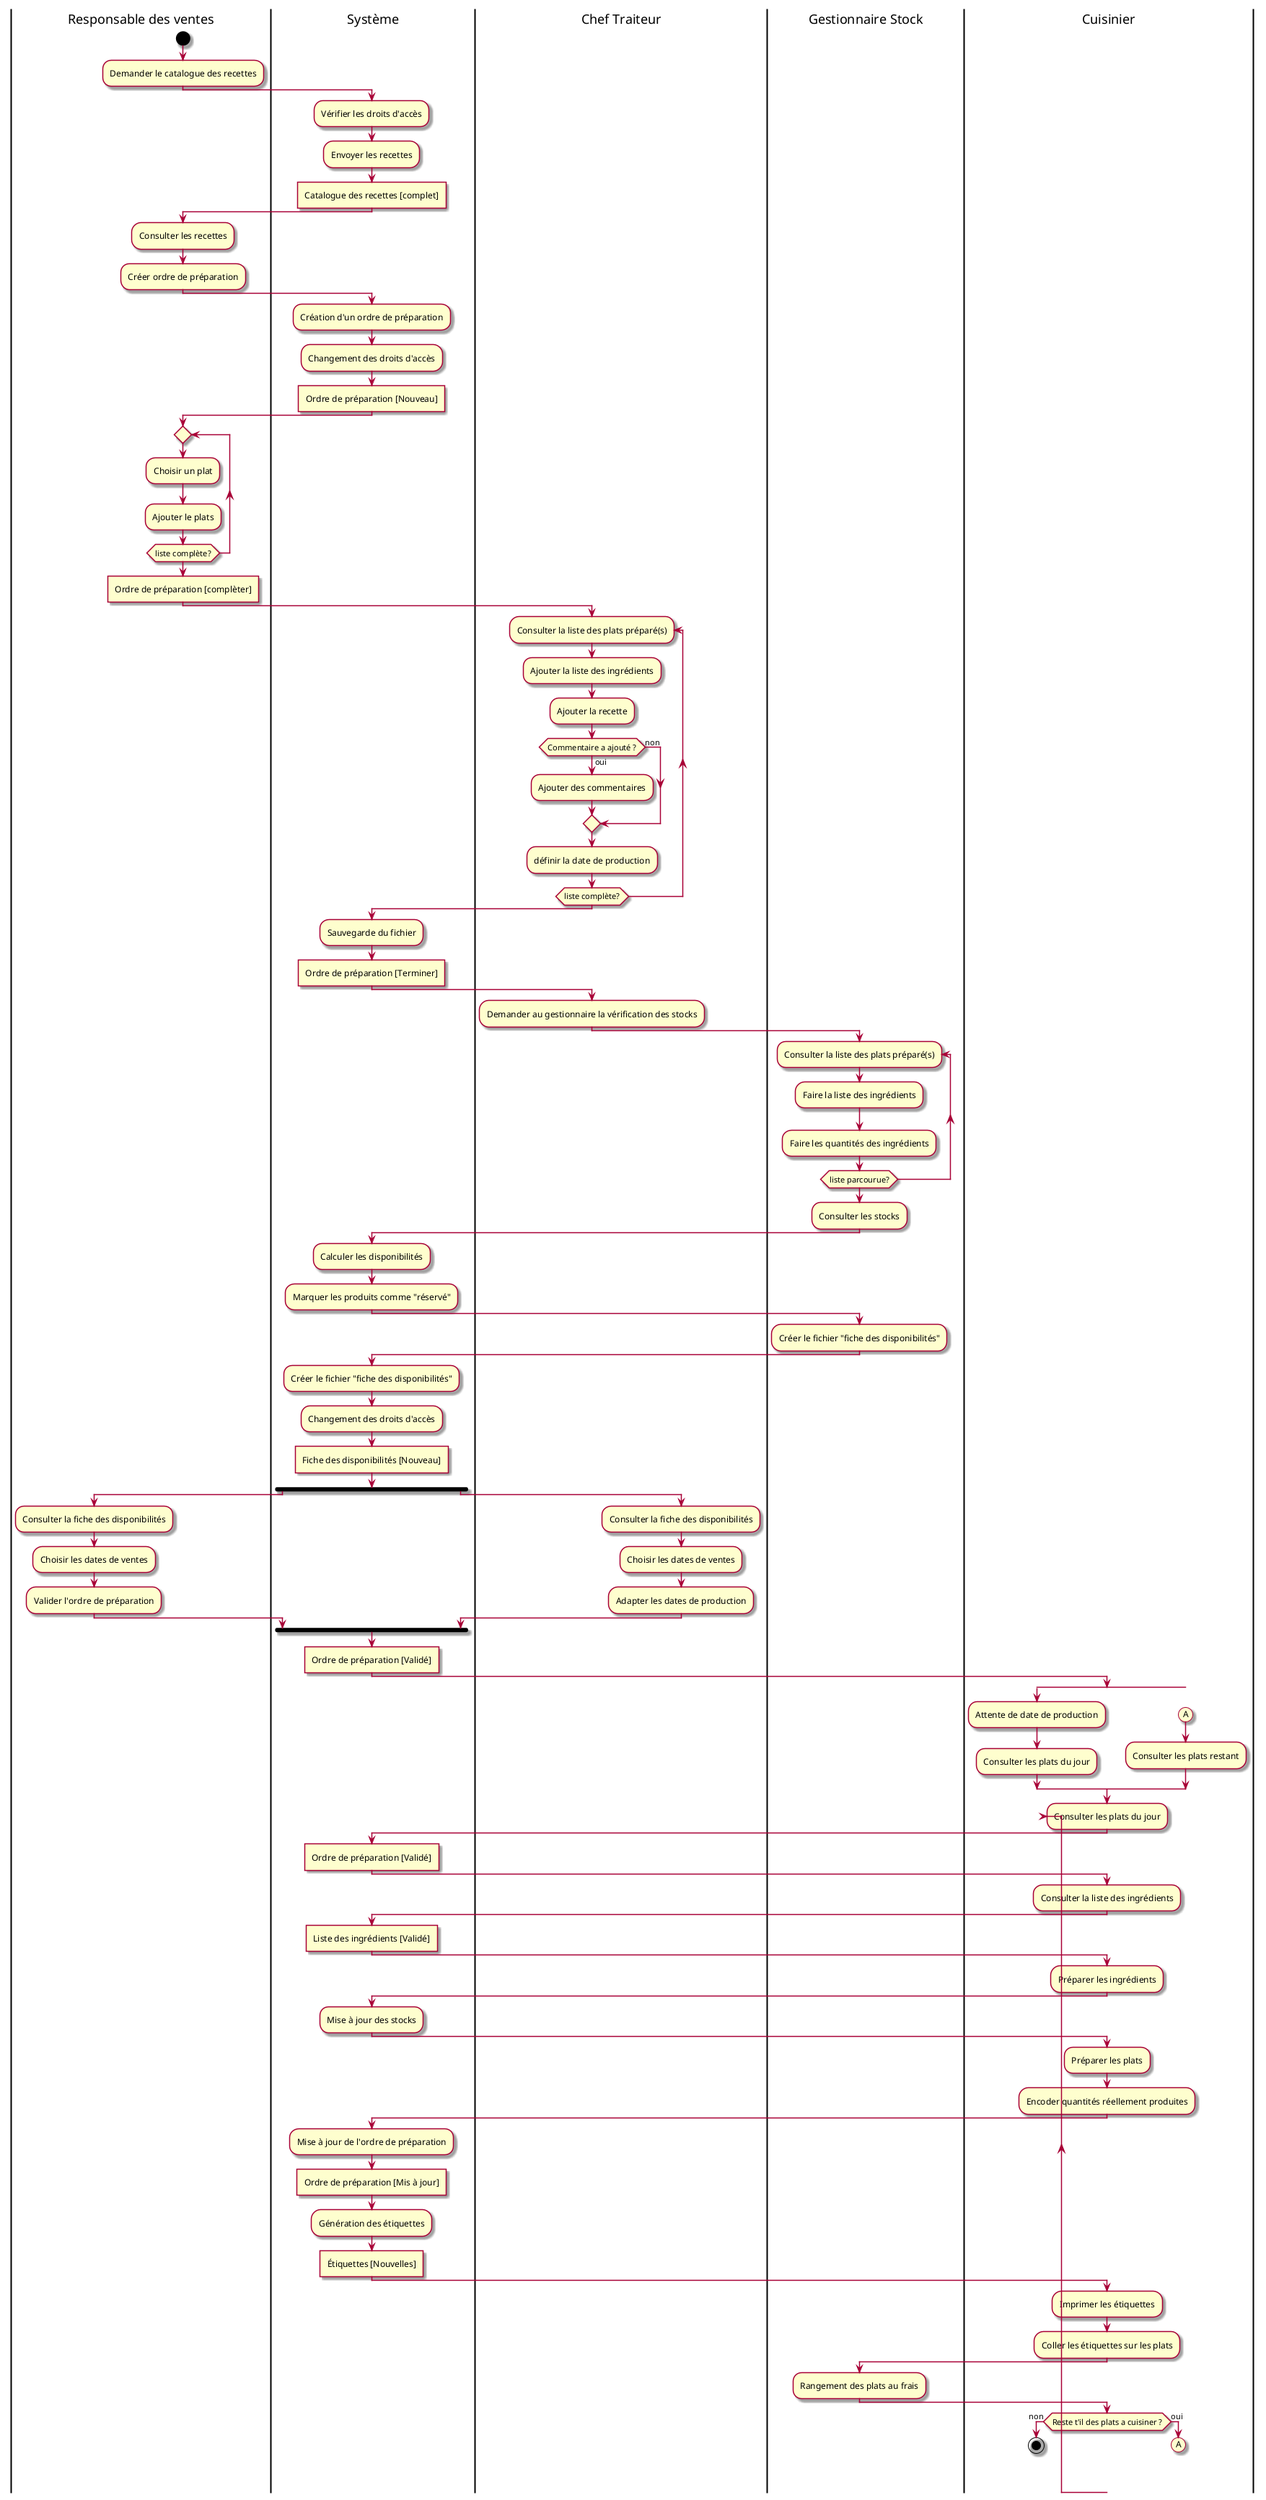
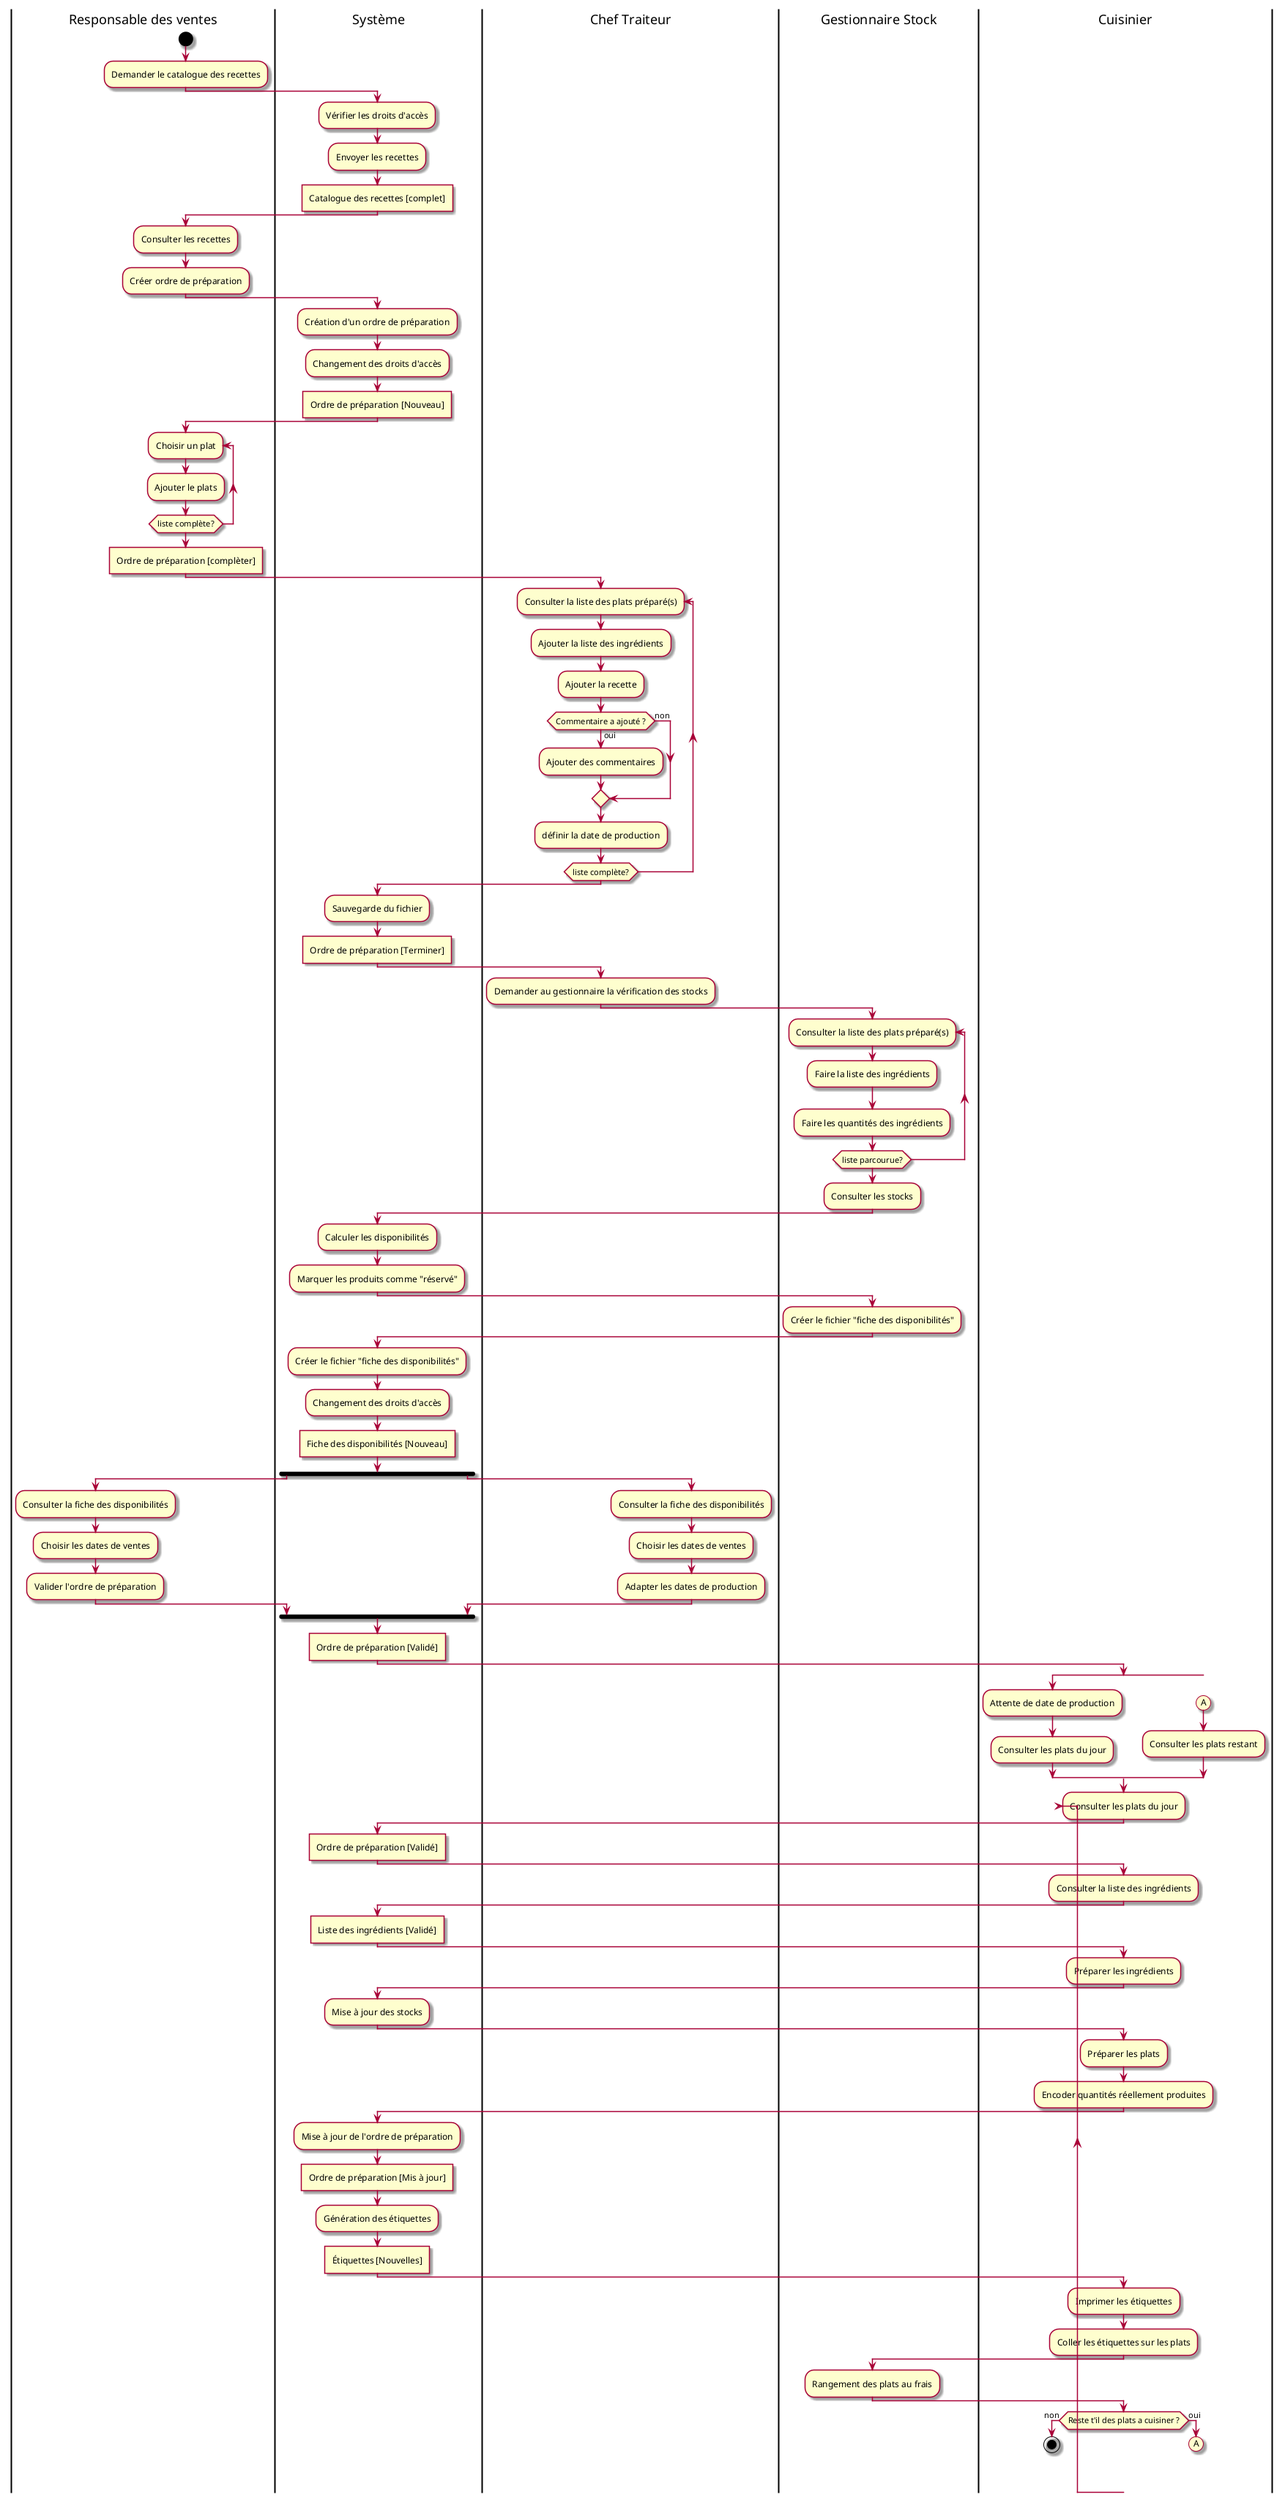
@startuml Plats_prepares
skin rose

|Responsable des ventes|
start
:Demander le catalogue des recettes;

|Système|
:Vérifier les droits d'accès;
:Envoyer les recettes;
:Catalogue des recettes [complet]; <<task>>

|Responsable des ventes|
:Consulter les recettes;
:Créer ordre de préparation;

|Système|
:Création d'un ordre de préparation;
:Changement des droits d'accès;
:Ordre de préparation [Nouveau]; <<task>>

|Responsable des ventes|
- repeat
-     :Choisir un plat;
+ repeat :Choisir un plat;
    :Ajouter le plats;
repeat while (liste complète?)
:Ordre de préparation [complèter]; <<task>>

|Chef Traiteur|
repeat :Consulter la liste des plats préparé(s);
- :Ajouter la liste des ingrédients;
- :Ajouter la recette;
- if (Commentaire a ajouté ?) then (oui)
-     :Ajouter des commentaires;
- else (non)
- endif
- :définir la date de production;
+     :Ajouter la liste des ingrédients;
+     :Ajouter la recette;
+     if (Commentaire a ajouté ?) then (oui)
+         :Ajouter des commentaires;
+     else (non)
+     endif
+     :définir la date de production;

repeat while (liste complète?)

|Système|
:Sauvegarde du fichier;
:Ordre de préparation [Terminer]; <<task>>

|Chef Traiteur|
:Demander au gestionnaire la vérification des stocks;

|Gestionnaire Stock|
repeat :Consulter la liste des plats préparé(s);
:Faire la liste des ingrédients;
:Faire les quantités des ingrédients;
repeat while (liste parcourue?)
:Consulter les stocks;

|Système|
:Calculer les disponibilités;
:Marquer les produits comme "réservé";

|Gestionnaire Stock|
:Créer le fichier "fiche des disponibilités";

|Système|
:Créer le fichier "fiche des disponibilités";
:Changement des droits d'accès;
:Fiche des disponibilités [Nouveau]; <<task>>

|Système|
fork
    |Responsable des ventes|
    :Consulter la fiche des disponibilités;
    :Choisir les dates de ventes;
    :Valider l'ordre de préparation;

fork again
    |Chef Traiteur|
    :Consulter la fiche des disponibilités;
    :Choisir les dates de ventes;
    :Adapter les dates de production;

    |Système|
end fork
:Ordre de préparation [Validé]; <<task>>

|Cuisinier|
split
    :Attente de date de production; <<timeEvent>>
    :Consulter les plats du jour;

split again
    -[hidden]->
    (A)
    :Consulter les plats restant;
end split

repeat :Consulter les plats du jour;

|Système|
:Ordre de préparation [Validé]; <<task>>

|Cuisinier|
:Consulter la liste des ingrédients;

|Système|
:Liste des ingrédients [Validé]; <<task>>

|Cuisinier|
:Préparer les ingrédients;

|Système|
:Mise à jour des stocks;

|Cuisinier|
:Préparer les plats;
:Encoder quantités réellement produites;

|Système|
:Mise à jour de l'ordre de préparation;
:Ordre de préparation [Mis à jour]; <<task>>

:Génération des étiquettes;
:Étiquettes [Nouvelles]; <<task>>

|Cuisinier|
:Imprimer les étiquettes;
:Coller les étiquettes sur les plats;

|Gestionnaire Stock|
:Rangement des plats au frais;

|Cuisinier|
if (Reste t'il des plats a cuisiner ?) then (non)
    stop
else (oui)
    (A)
    detach
endif

@enduml
